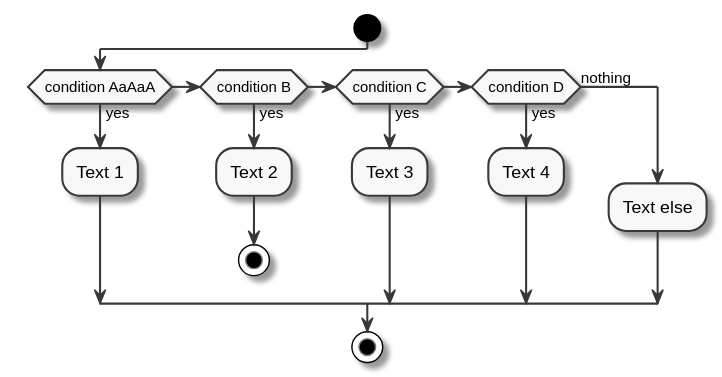
Above: activity-diagram.svg in mawatari/example-project-uml (PlantUML), before the change.
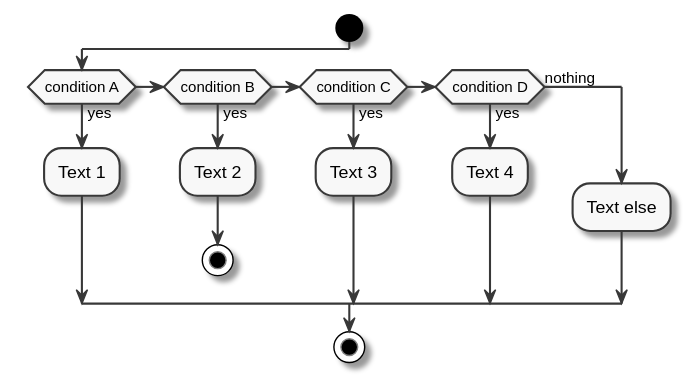
The same diagram one commit later.

Diff of the diagram source:
```diff
@@ -2,7 +2,7 @@
 skinparam monochrome true
 
 start
-if (condition AaAaA) then (yes)
+if (condition A) then (yes)
   :Text 1;
 elseif (condition B) then (yes)
   :Text 2;
```
